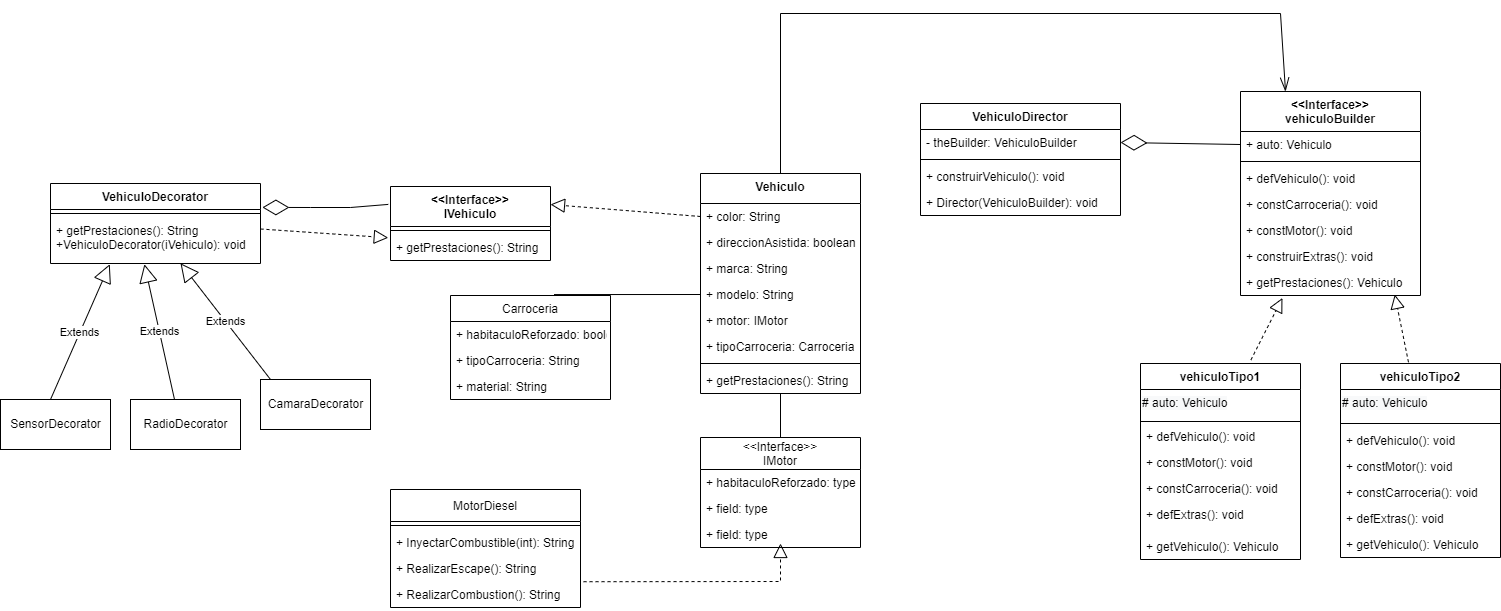
Before: TallerPatrones_UML.png, a diagram exported from draw.io (lurapozo/TallerPatrones). Source tidied: cells renumbered, new cells last; positions are measured from the earlier drawing's top-left corner, leaving out a move shared by most shapes.
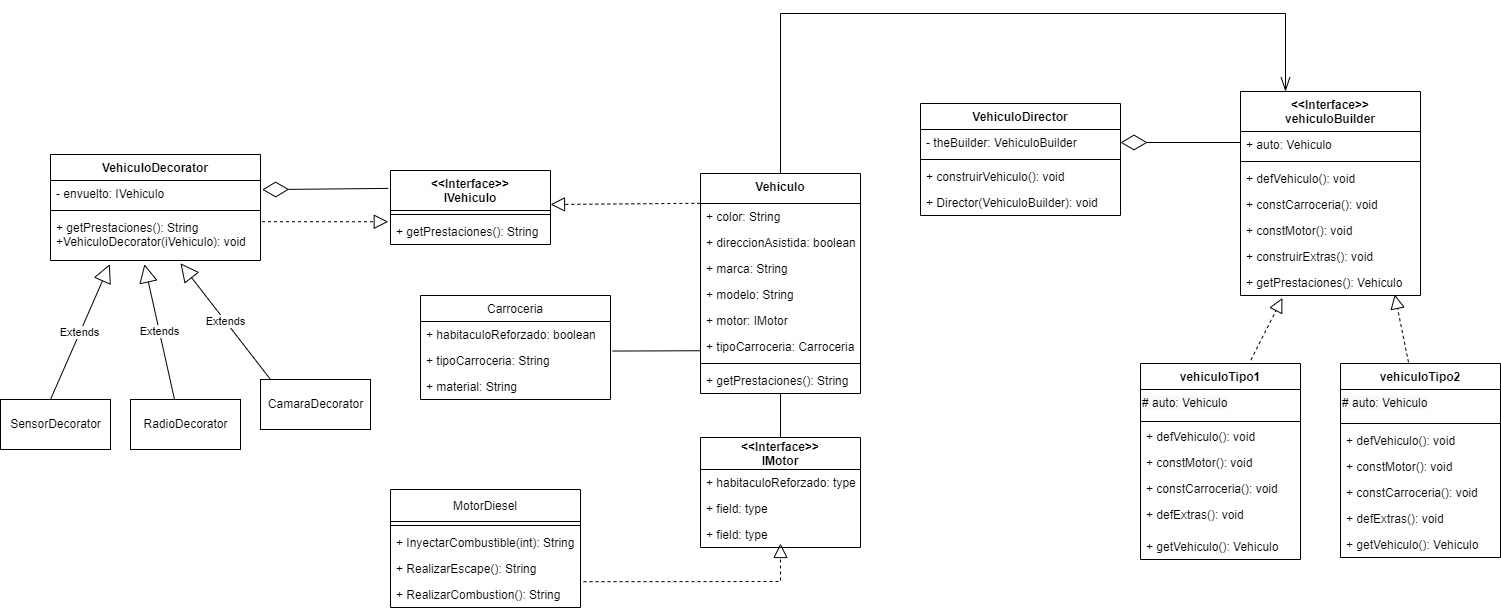
Later version of the same file.

Commit message:
Se corrigio errores en UML

The edit, as a diff of the source:
```diff
@@ -143,14 +143,16 @@
     <mxCell id="45" value="+ Director(VehiculoBuilder): void" style="text;strokeColor=none;fillColor=none;align=left;verticalAlign=top;spacingLeft=4;spacingRight=4;overflow=hidden;" parent="41" vertex="1">
       <mxGeometry y="86" width="200" height="26" as="geometry" />
     </mxCell>
-    <mxCell id="46" style="endArrow=diamondThin;endFill=0;endSize=24;html=1;rounded=0;entryX=1;entryY=0.5;entryDx=0;entryDy=0;exitX=0;exitY=0.5;exitDx=0;exitDy=0;" parent="1" edge="1" source="18" target="42">
-      <mxGeometry relative="1" as="geometry" />
+    <mxCell id="46" style="endArrow=diamondThin;endFill=0;endSize=24;html=1;rounded=0;entryX=1;entryY=0.5;entryDx=0;entryDy=0;" parent="1" edge="1" target="42">
+      <mxGeometry relative="1" as="geometry">
+        <mxPoint x="1240" y="129" as="sourcePoint" />
+      </mxGeometry>
     </mxCell>
     <mxCell id="47" style="endArrow=openThin;endFill=0;endSize=12;html=1;rounded=0;exitX=0.5;exitY=0;exitDx=0;exitDy=0;entryX=0.25;entryY=0;entryDx=0;entryDy=0;" parent="1" edge="1" source="2" target="17">
       <mxGeometry relative="1" as="geometry">
         <Array as="points">
           <mxPoint x="780" />
-          <mxPoint x="1280" />
+          <mxPoint x="1285" />
         </Array>
       </mxGeometry>
     </mxCell>
@@ -161,18 +163,18 @@
       <mxGeometry relative="1" as="geometry" />
     </mxCell>
     <mxCell id="50" value="Carroceria" style="swimlane;fontStyle=0;horizontal=1;startSize=26;fillColor=none;" parent="1" vertex="1">
-      <mxGeometry x="450" y="282" width="160" height="104" as="geometry" />
+      <mxGeometry x="420" y="282" width="190" height="104" as="geometry" />
     </mxCell>
     <mxCell id="51" value="+ habitaculoReforzado: boolean" style="text;strokeColor=none;fillColor=none;align=left;verticalAlign=top;spacingLeft=4;spacingRight=4;overflow=hidden;" parent="50" vertex="1">
-      <mxGeometry y="26" width="160" height="26" as="geometry" />
+      <mxGeometry y="26" width="190" height="26" as="geometry" />
     </mxCell>
     <mxCell id="52" value="+ tipoCarroceria: String" style="text;strokeColor=none;fillColor=none;align=left;verticalAlign=top;spacingLeft=4;spacingRight=4;overflow=hidden;points=[[0,0.5],[1,0.5]];portConstraint=eastwest;" parent="50" vertex="1">
-      <mxGeometry y="52" width="160" height="26" as="geometry" />
+      <mxGeometry y="52" width="190" height="26" as="geometry" />
     </mxCell>
     <mxCell id="53" value="+ material: String" style="text;strokeColor=none;fillColor=none;align=left;verticalAlign=top;spacingLeft=4;spacingRight=4;overflow=hidden;" parent="50" vertex="1">
-      <mxGeometry y="78" width="160" height="26" as="geometry" />
+      <mxGeometry y="78" width="190" height="26" as="geometry" />
     </mxCell>
-    <mxCell id="54" value="&lt;&lt;Interface&gt;&gt;&#10;IMotor" style="swimlane;fontStyle=0;horizontal=1;startSize=32;fillColor=none;" parent="1" vertex="1">
+    <mxCell id="54" value="&lt;&lt;Interface&gt;&gt;&#10;IMotor" style="swimlane;fontStyle=1;horizontal=1;startSize=32;fillColor=none;" parent="1" vertex="1">
       <mxGeometry x="700" y="424" width="160" height="110" as="geometry" />
     </mxCell>
     <mxCell id="55" value="+ habitaculoReforzado: type" style="text;strokeColor=none;fillColor=none;align=left;verticalAlign=top;spacingLeft=4;spacingRight=4;overflow=hidden;" parent="54" vertex="1">
@@ -184,7 +186,7 @@
     <mxCell id="57" value="+ field: type" style="text;strokeColor=none;fillColor=none;align=left;verticalAlign=top;spacingLeft=4;spacingRight=4;overflow=hidden;" parent="54" vertex="1">
       <mxGeometry y="84" width="160" height="26" as="geometry" />
     </mxCell>
-    <mxCell id="58" style="endArrow=none;html=1;rounded=0;entryX=0;entryY=0.5;entryDx=0;entryDy=0;exitX=0.647;exitY=-0.009;exitDx=0;exitDy=0;exitPerimeter=0;" parent="1" edge="1" source="50" target="6">
+    <mxCell id="58" style="endArrow=none;html=1;rounded=0;entryX=-0.003;entryY=0.663;entryDx=0;entryDy=0;exitX=1.01;exitY=0.137;exitDx=0;exitDy=0;exitPerimeter=0;entryPerimeter=0;" parent="1" edge="1" source="52" target="8">
       <mxGeometry relative="1" as="geometry" />
     </mxCell>
     <mxCell id="59" style="endArrow=none;html=1;rounded=0;entryX=0.5;entryY=1;entryDx=0;entryDy=0;exitX=0.5;exitY=0;exitDx=0;exitDy=0;" parent="1" edge="1" source="54" target="2">
@@ -214,7 +216,7 @@
       </mxGeometry>
     </mxCell>
     <mxCell id="66" value="&lt;&lt;Interface&gt;&gt;&#10;IVehiculo" style="swimlane;fontStyle=1;align=center;verticalAlign=top;horizontal=1;startSize=40;" parent="1" vertex="1">
-      <mxGeometry x="390" y="173" width="160" height="74" as="geometry" />
+      <mxGeometry x="390" y="157" width="160" height="74" as="geometry" />
     </mxCell>
     <mxCell id="67" style="line;strokeWidth=1;fillColor=none;align=left;verticalAlign=middle;spacingTop=-1;spacingLeft=3;spacingRight=3;labelPosition=right;" parent="66" vertex="1">
       <mxGeometry y="40" width="160" height="8" as="geometry" />
@@ -222,29 +224,27 @@
     <mxCell id="68" value="+ getPrestaciones(): String" style="text;strokeColor=none;fillColor=none;align=left;verticalAlign=top;spacingLeft=4;spacingRight=4;overflow=hidden;points=[[0,0.5],[1,0.5]];portConstraint=eastwest;" parent="66" vertex="1">
       <mxGeometry y="48" width="160" height="26" as="geometry" />
     </mxCell>
-    <mxCell id="69" style="endArrow=block;dashed=1;endFill=0;endSize=12;html=1;rounded=0;entryX=1;entryY=0.5;entryDx=0;entryDy=0;exitX=0;exitY=0.5;exitDx=0;exitDy=0;" parent="1" edge="1" source="3">
+    <mxCell id="69" style="endArrow=block;dashed=1;endFill=0;endSize=12;html=1;rounded=0;entryX=1;entryY=0.5;entryDx=0;entryDy=0;exitX=-0.001;exitY=-0.008;exitDx=0;exitDy=0;exitPerimeter=0;" parent="1" edge="1" source="3">
       <mxGeometry relative="1" as="geometry">
         <mxPoint x="550" y="191" as="targetPoint" />
       </mxGeometry>
     </mxCell>
-    <mxCell id="70" style="endArrow=diamondThin;endFill=0;endSize=24;html=1;rounded=0;exitX=-0.014;exitY=0.242;exitDx=0;exitDy=0;exitPerimeter=0;entryX=1.009;entryY=0.299;entryDx=0;entryDy=0;entryPerimeter=0;" parent="1" edge="1" source="66" target="71">
-      <mxGeometry relative="1" as="geometry">
-        <Array as="points">
-          <mxPoint x="350" y="194" />
-          <mxPoint x="310" y="194" />
-        </Array>
-      </mxGeometry>
+    <mxCell id="70" style="endArrow=diamondThin;endFill=0;endSize=24;html=1;rounded=0;exitX=-0.014;exitY=0.242;exitDx=0;exitDy=0;exitPerimeter=0;entryX=1.008;entryY=0.351;entryDx=0;entryDy=0;entryPerimeter=0;" parent="1" edge="1" source="66" target="75">
+      <mxGeometry relative="1" as="geometry" />
     </mxCell>
     <mxCell id="71" value="VehiculoDecorator" style="swimlane;fontStyle=1;align=center;verticalAlign=top;horizontal=1;startSize=26;" parent="1" vertex="1">
-      <mxGeometry x="50" y="170" width="210" height="80" as="geometry" />
+      <mxGeometry x="50" y="141" width="210" height="106" as="geometry" />
     </mxCell>
+    <mxCell id="75" value="- envuelto: IVehiculo" style="text;strokeColor=none;fillColor=none;align=left;verticalAlign=top;spacingLeft=4;spacingRight=4;overflow=hidden;points=[[0,0.5],[1,0.5]];portConstraint=eastwest;" parent="71" vertex="1">
+      <mxGeometry y="26" width="210" height="26" as="geometry" />
+    </mxCell>
     <mxCell id="72" style="line;strokeWidth=1;fillColor=none;align=left;verticalAlign=middle;spacingTop=-1;spacingLeft=3;spacingRight=3;labelPosition=right;" parent="71" vertex="1">
-      <mxGeometry y="26" width="210" height="8" as="geometry" />
+      <mxGeometry y="52" width="210" height="8" as="geometry" />
     </mxCell>
     <mxCell id="73" value="+ getPrestaciones(): String&#10;+VehiculoDecorator(iVehiculo): void" style="text;strokeColor=none;fillColor=none;align=left;verticalAlign=top;spacingLeft=4;spacingRight=4;overflow=hidden;points=[[0,0.5],[1,0.5]];portConstraint=eastwest;" parent="71" vertex="1">
-      <mxGeometry y="34" width="210" height="46" as="geometry" />
+      <mxGeometry y="60" width="210" height="46" as="geometry" />
     </mxCell>
-    <mxCell id="74" style="endArrow=block;dashed=1;endFill=0;endSize=12;html=1;rounded=0;exitX=1;exitY=0.25;exitDx=0;exitDy=0;entryX=-0.014;entryY=0.125;entryDx=0;entryDy=0;entryPerimeter=0;" parent="1" edge="1" source="73" target="68">
+    <mxCell id="74" style="endArrow=block;dashed=1;endFill=0;endSize=12;html=1;rounded=0;exitX=1.007;exitY=0.157;exitDx=0;exitDy=0;entryX=-0.014;entryY=0.125;entryDx=0;entryDy=0;entryPerimeter=0;exitPerimeter=0;" parent="1" edge="1" source="73" target="68">
       <mxGeometry relative="1" as="geometry" />
     </mxCell>
   </root>
```
